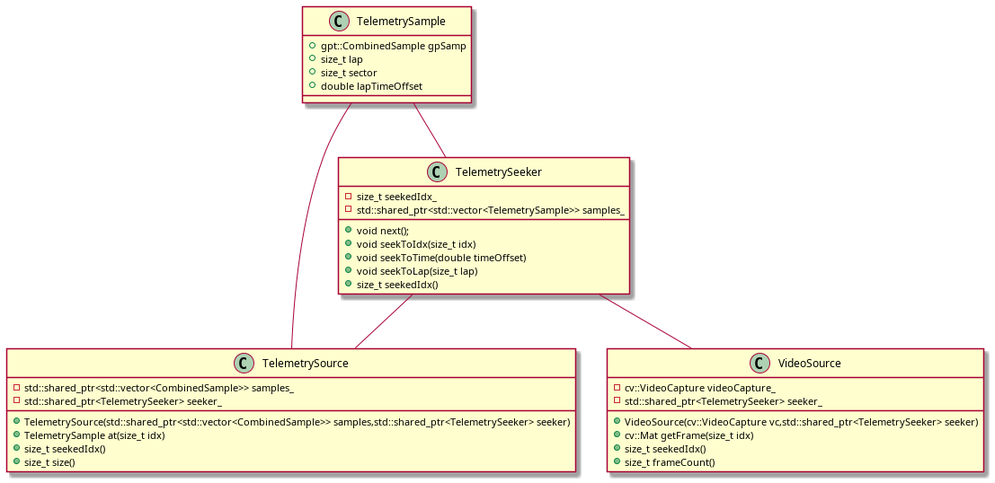
hankedan000/gopro-overlay keeps this PlantUML diagram as docs/plantuml_imgs/dataClasses.png. Above is the earlier version. The source it was exported from:
```plantuml
@startuml plantuml_imgs/dataClasses

class TelemetrySample {
	+gpt::CombinedSample gpSamp
	+size_t lap
	+size_t sector
	+double lapTimeOffset
}

class TelemetrySeeker {
	+void next();
	+void seekToIdx(size_t idx)
	+void seekToTime(double timeOffset)
	+void seekToLap(size_t lap)
	+size_t seekedIdx()
	-size_t seekedIdx_
	-std::shared_ptr<std::vector<TelemetrySample>> samples_
}

class TelemetrySource {
	+TelemetrySource(std::shared_ptr<std::vector<CombinedSample>> samples,std::shared_ptr<TelemetrySeeker> seeker)
	+TelemetrySample at(size_t idx)
	+size_t seekedIdx()
	+size_t size()
	-std::shared_ptr<std::vector<CombinedSample>> samples_
	-std::shared_ptr<TelemetrySeeker> seeker_
}

class VideoSource {
	+VideoSource(cv::VideoCapture vc,std::shared_ptr<TelemetrySeeker> seeker)
	+cv::Mat getFrame(size_t idx)
	+size_t seekedIdx()
	+size_t frameCount()
	-cv::VideoCapture videoCapture_
	-std::shared_ptr<TelemetrySeeker> seeker_
}

TelemetrySample -- TelemetrySource
TelemetrySample -- TelemetrySeeker
TelemetrySeeker -- TelemetrySource
TelemetrySeeker -- VideoSource

@enduml
```
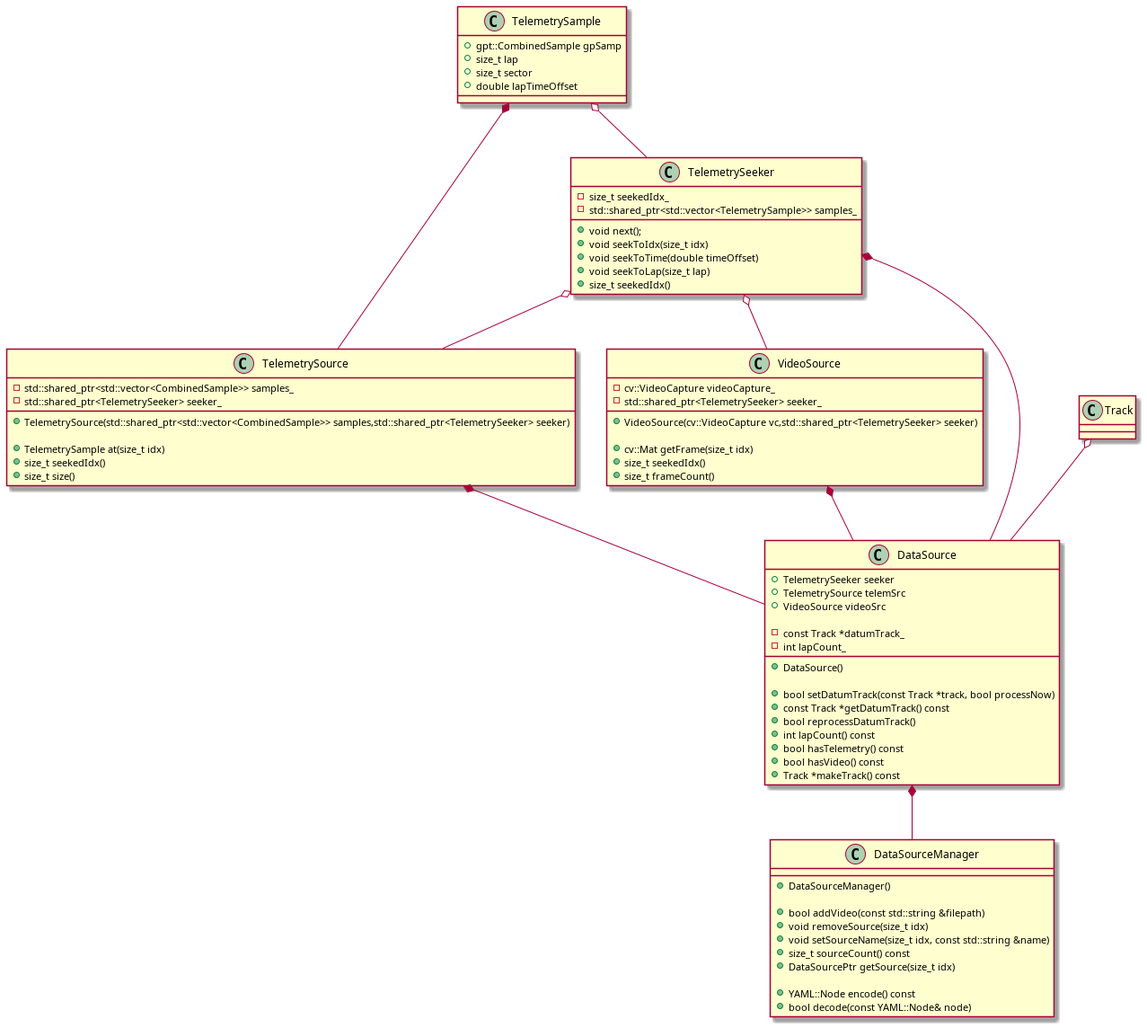
After the commit.

What changed in the source:
```diff
@@ -13,31 +13,75 @@
 	+void seekToTime(double timeOffset)
 	+void seekToLap(size_t lap)
 	+size_t seekedIdx()
+
 	-size_t seekedIdx_
 	-std::shared_ptr<std::vector<TelemetrySample>> samples_
 }
 
 class TelemetrySource {
 	+TelemetrySource(std::shared_ptr<std::vector<CombinedSample>> samples,std::shared_ptr<TelemetrySeeker> seeker)
+
 	+TelemetrySample at(size_t idx)
 	+size_t seekedIdx()
 	+size_t size()
+
 	-std::shared_ptr<std::vector<CombinedSample>> samples_
 	-std::shared_ptr<TelemetrySeeker> seeker_
 }
 
 class VideoSource {
 	+VideoSource(cv::VideoCapture vc,std::shared_ptr<TelemetrySeeker> seeker)
+
 	+cv::Mat getFrame(size_t idx)
 	+size_t seekedIdx()
 	+size_t frameCount()
+
 	-cv::VideoCapture videoCapture_
 	-std::shared_ptr<TelemetrySeeker> seeker_
 }
 
-TelemetrySample -- TelemetrySource
-TelemetrySample -- TelemetrySeeker
-TelemetrySeeker -- TelemetrySource
-TelemetrySeeker -- VideoSource
+class DataSource {
+	+DataSource()
+
+	+bool setDatumTrack(const Track *track, bool processNow)
+	+const Track *getDatumTrack() const
+	+bool reprocessDatumTrack()
+	+int lapCount() const
+	+bool hasTelemetry() const
+	+bool hasVideo() const
+	+Track *makeTrack() const
+
+	+TelemetrySeeker seeker
+	+TelemetrySource telemSrc
+	+VideoSource videoSrc
+
+	-const Track *datumTrack_
+	-int lapCount_
+}
+
+class DataSourceManager {
+	+DataSourceManager()
+
+	+bool addVideo(const std::string &filepath)
+	+void removeSource(size_t idx)
+	+void setSourceName(size_t idx, const std::string &name)
+	+size_t sourceCount() const
+	+DataSourcePtr getSource(size_t idx)
+
+	+YAML::Node encode() const
+	+bool decode(const YAML::Node& node)
+}
+
+TelemetrySample *-- TelemetrySource
+TelemetrySample o-- TelemetrySeeker
+TelemetrySeeker o-- TelemetrySource
+TelemetrySeeker o-- VideoSource
+
+TelemetrySeeker *-- DataSource
+TelemetrySource *-- DataSource
+VideoSource *-- DataSource
+Track o-- DataSource
+
+DataSource *-- DataSourceManager
 
 @enduml
```
